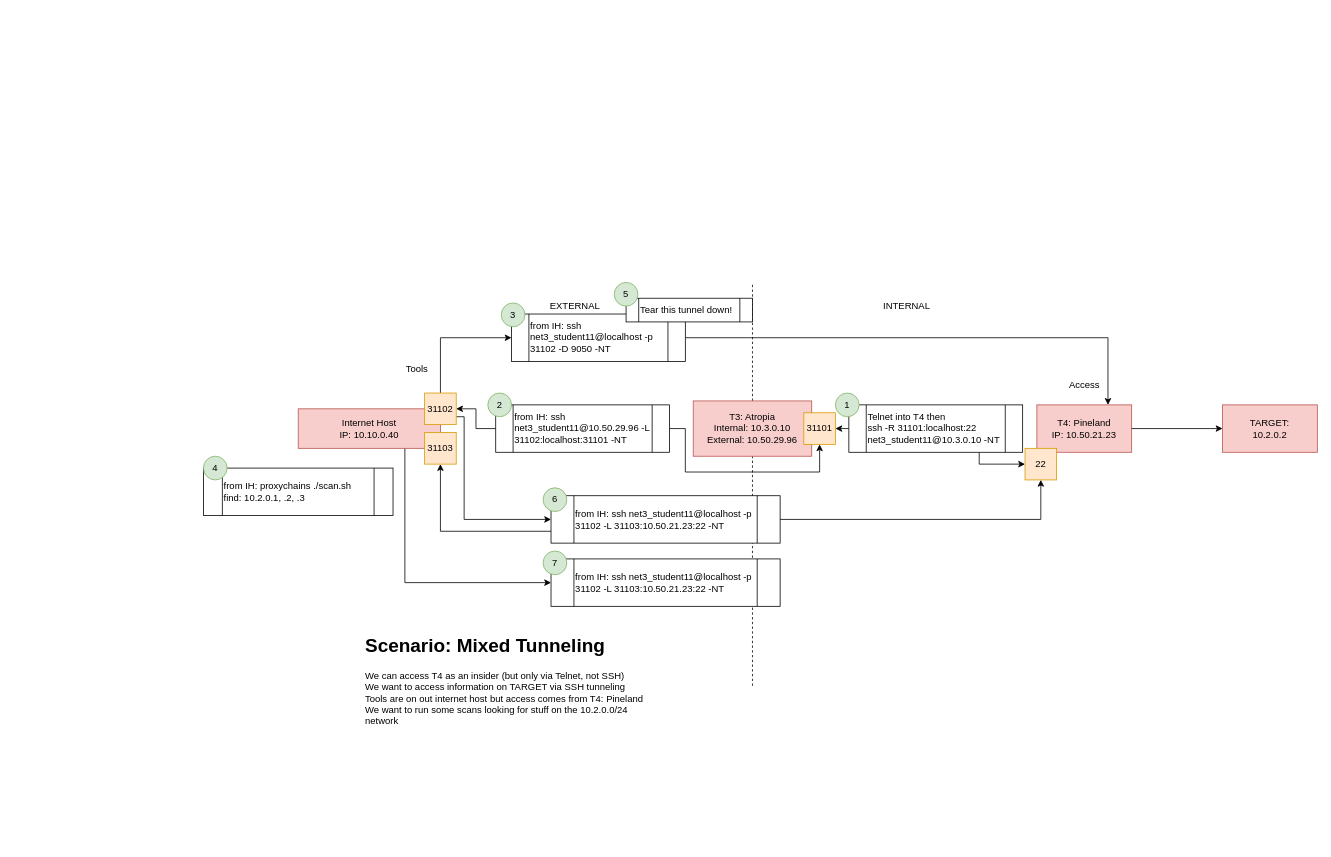
abfarr/cctc keeps this draw.io diagram as ctf/CTF_tunneling8.drawio. Above is the earlier version. Source tidied: cells renumbered, new cells numbered last; positions are measured from the earlier drawing's top-left corner, leaving out a move shared by most shapes. Both pictures are drawn from the tidied source at 79%, with x=0, y=0 at pixel (203, 282).
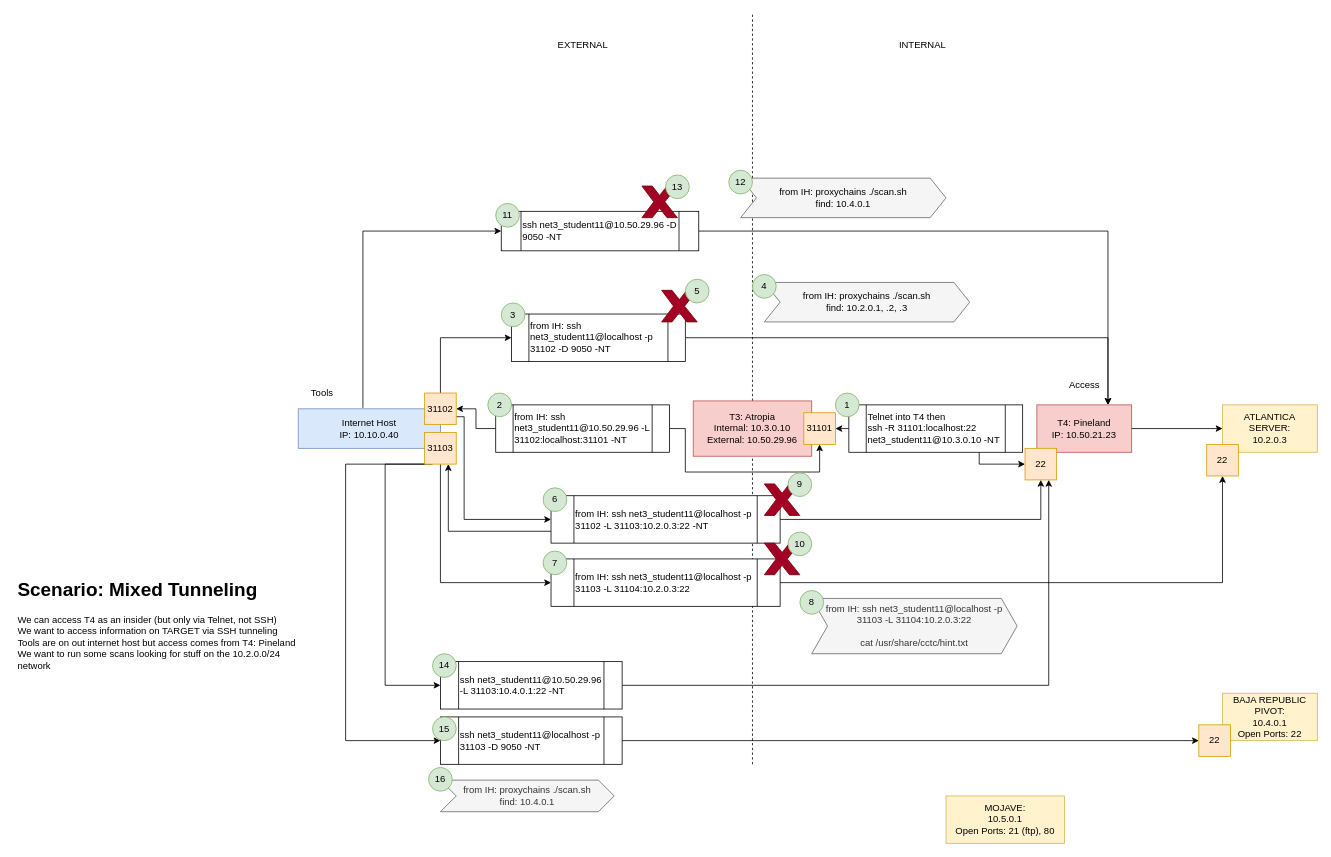
The same page after the edit.

The change refers to these unchanged cells:
```xml
<mxCell id="10" value="T4: Pineland&lt;br&gt;IP: 10.50.21.23" style="rounded=0;whiteSpace=wrap;html=1;fillColor=#f8cecc;strokeColor=#b85450;" parent="1" vertex="1">
  <mxGeometry x="1055" y="155" width="120" height="60" as="geometry" />
</mxCell>
<mxCell id="14" value="22" style="whiteSpace=wrap;html=1;fillColor=#ffe6cc;strokeColor=#d79b00;" parent="1" vertex="1">
  <mxGeometry x="1040" y="210" width="40" height="40" as="geometry" />
</mxCell>
<mxCell id="34" value="31103" style="whiteSpace=wrap;html=1;fillColor=#ffe6cc;strokeColor=#d79b00;" parent="1" vertex="1">
  <mxGeometry x="280" y="190" width="40" height="40" as="geometry" />
</mxCell>
<mxCell id="40" value="T3: Atropia&lt;br&gt;Internal: 10.3.0.10&lt;br&gt;External: 10.50.29.96" style="rounded=0;whiteSpace=wrap;html=1;fillColor=#f8cecc;strokeColor=#b85450;" parent="1" vertex="1">
  <mxGeometry x="620" y="150" width="150" height="70" as="geometry" />
</mxCell>
```

What changed in the source:
```diff
@@
     <mxCell id="2" style="endArrow=none;dashed=1;html=1;rounded=0;startArrow=none;" parent="1" edge="1" source="40">
       <mxGeometry relative="1" as="geometry">
-        <mxPoint x="695" as="targetPoint" />
+        <mxPoint x="695" y="-340" as="targetPoint" />
       </mxGeometry>
     </mxCell>
     <mxCell id="3" style="endArrow=none;dashed=1;html=1;rounded=0;" parent="1" edge="1" target="40">
       <mxGeometry relative="1" as="geometry">
-        <mxPoint x="695" y="510.6" as="sourcePoint" />
+        <mxPoint x="695" y="610" as="sourcePoint" />
       </mxGeometry>
     </mxCell>
@@
-    <mxCell id="5" style="edgeStyle=orthogonalEdgeStyle;rounded=0;jettySize=auto;html=1;exitX=0.75;exitY=1;exitDx=0;exitDy=0;entryX=0;entryY=0.5;entryDx=0;entryDy=0;" parent="1" edge="1" source="6" target="36">
+    <mxCell id="5" style="edgeStyle=orthogonalEdgeStyle;rounded=0;jettySize=auto;html=1;exitX=0.5;exitY=1;exitDx=0;exitDy=0;entryX=0;entryY=0.5;entryDx=0;entryDy=0;" parent="1" edge="1" source="34" target="36">
       <mxGeometry relative="1" as="geometry" />
     </mxCell>
+    <mxCell id="42" style="edgeStyle=orthogonalEdgeStyle;rounded=0;jettySize=auto;html=1;exitX=0.455;exitY=-0.024;exitDx=0;exitDy=0;entryX=0;entryY=0.5;entryDx=0;entryDy=0;exitPerimeter=0;" parent="1" edge="1" source="6" target="48">
+      <mxGeometry relative="1" as="geometry">
+        <Array as="points">
+          <mxPoint x="202" y="-65" />
+        </Array>
+      </mxGeometry>
+    </mxCell>
-    <mxCell id="6" value="Internet Host&lt;br&gt;IP: 10.10.0.40" style="rounded=0;whiteSpace=wrap;html=1;fillColor=#f8cecc;strokeColor=#b85450;" parent="1" vertex="1">
+    <mxCell id="6" value="Internet Host&lt;br&gt;IP: 10.10.0.40" style="rounded=0;whiteSpace=wrap;html=1;fillColor=#dae8fc;strokeColor=#6c8ebf;" parent="1" vertex="1">
       <mxGeometry x="120" y="160" width="180" height="50" as="geometry" />
     </mxCell>
     <mxCell id="7" value="Tools" style="text;html=1;align=center;verticalAlign=middle;strokeColor=none;fillColor=none;" parent="1" vertex="1">
-      <mxGeometry x="250" y="100" width="40" height="20" as="geometry" />
+      <mxGeometry x="130" y="130" width="40" height="20" as="geometry" />
     </mxCell>
     <mxCell id="8" value="EXTERNAL" style="text;html=1;align=center;verticalAlign=middle;strokeColor=none;fillColor=none;" parent="1" vertex="1">
-      <mxGeometry x="430" y="20" width="80" height="20" as="geometry" />
+      <mxGeometry x="440" y="-310" width="80" height="20" as="geometry" />
     </mxCell>
     <mxCell id="9" value="INTERNAL" style="text;html=1;align=center;verticalAlign=middle;strokeColor=none;fillColor=none;" parent="1" vertex="1">
-      <mxGeometry x="855" y="20" width="70" height="20" as="geometry" />
+      <mxGeometry x="875" y="-310" width="70" height="20" as="geometry" />
     </mxCell>
@@
-    <mxCell id="11" value="TARGET:&lt;br&gt;10.2.0.2" style="rounded=0;whiteSpace=wrap;html=1;fillColor=#f8cecc;strokeColor=#b85450;" parent="1" vertex="1">
+    <mxCell id="11" value="ATLANTICA SERVER:&lt;br&gt;10.2.0.3" style="rounded=0;whiteSpace=wrap;html=1;fillColor=#fff2cc;strokeColor=#d6b656;" parent="1" vertex="1">
       <mxGeometry x="1290" y="155" width="120" height="60" as="geometry" />
     </mxCell>
@@
     <mxCell id="23" value="&lt;h1&gt;Scenario: Mixed Tunneling&lt;/h1&gt;&lt;span&gt;We can access T4 as an insider (but only via Telnet, not SSH)&lt;/span&gt;&lt;br&gt;&lt;span&gt;We want to access information on TARGET via SSH tunneling&lt;/span&gt;&lt;br&gt;&lt;span&gt;Tools are on out internet host but access comes from T4: Pineland&lt;br&gt;We want to run some scans looking for stuff on the 10.2.0.0/24 network&lt;/span&gt;" style="text;html=1;strokeColor=none;fillColor=none;spacing=5;spacingTop=-20;whiteSpace=wrap;overflow=hidden;rounded=0;" parent="1" vertex="1">
-      <mxGeometry x="200" y="440" width="380" height="120" as="geometry" />
+      <mxGeometry x="-240" y="370" width="380" height="120" as="geometry" />
     </mxCell>
@@
-    <mxCell id="27" value="from IH: proxychains ./scan.sh&lt;br&gt;find: 10.2.0.1, .2, .3" style="shape=process;whiteSpace=wrap;html=1;backgroundOutline=1;align=left;" parent="1" vertex="1">
-      <mxGeometry y="235" width="240" height="60" as="geometry" />
-    </mxCell>
-    <mxCell id="28" value="4" style="ellipse;whiteSpace=wrap;html=1;fillColor=#d5e8d4;strokeColor=#82b366;" parent="1" vertex="1">
-      <mxGeometry y="220" width="30" height="30" as="geometry" />
-    </mxCell>
-    <mxCell id="29" value="Tear this tunnel down!" style="shape=process;whiteSpace=wrap;html=1;backgroundOutline=1;align=left;" parent="1" vertex="1">
-      <mxGeometry x="535" y="20" width="160" height="30" as="geometry" />
-    </mxCell>
-    <mxCell id="30" value="5" style="ellipse;whiteSpace=wrap;html=1;fillColor=#d5e8d4;strokeColor=#82b366;" parent="1" vertex="1">
-      <mxGeometry x="520" width="30" height="30" as="geometry" />
-    </mxCell>
@@
-    <mxCell id="32" style="edgeStyle=orthogonalEdgeStyle;rounded=0;jettySize=auto;html=1;exitX=0;exitY=0.75;exitDx=0;exitDy=0;entryX=0.5;entryY=1;entryDx=0;entryDy=0;" parent="1" edge="1" source="33" target="34">
+    <mxCell id="32" style="edgeStyle=orthogonalEdgeStyle;rounded=0;jettySize=auto;html=1;exitX=0;exitY=0.75;exitDx=0;exitDy=0;entryX=0.75;entryY=1;entryDx=0;entryDy=0;" parent="1" edge="1" source="33" target="34">
       <mxGeometry relative="1" as="geometry" />
     </mxCell>
-    <mxCell id="33" value="from IH:&amp;nbsp;ssh net3_student11@localhost -p 31102 -L 31103:10.50.21.23:22 -NT" style="shape=process;whiteSpace=wrap;html=1;backgroundOutline=1;align=left;" parent="1" vertex="1">
+    <mxCell id="33" value="from IH:&amp;nbsp;ssh net3_student11@localhost -p 31102 -L 31103:10.2.0.3:22 -NT" style="shape=process;whiteSpace=wrap;html=1;backgroundOutline=1;align=left;" parent="1" vertex="1">
       <mxGeometry x="440" y="270" width="290" height="60" as="geometry" />
     </mxCell>
+    <mxCell id="43" style="edgeStyle=orthogonalEdgeStyle;rounded=0;jettySize=auto;html=1;exitX=0.25;exitY=1;exitDx=0;exitDy=0;entryX=0;entryY=0.5;entryDx=0;entryDy=0;" parent="1" edge="1" source="34" target="59">
+      <mxGeometry relative="1" as="geometry">
+        <Array as="points">
+          <mxPoint x="230" y="230" />
+          <mxPoint x="230" y="510" />
+        </Array>
+      </mxGeometry>
+    </mxCell>
+    <mxCell id="44" style="edgeStyle=orthogonalEdgeStyle;rounded=0;jettySize=auto;html=1;exitX=0;exitY=1;exitDx=0;exitDy=0;entryX=0;entryY=0.5;entryDx=0;entryDy=0;" parent="1" edge="1" source="34" target="62">
+      <mxGeometry relative="1" as="geometry">
+        <Array as="points">
+          <mxPoint x="180" y="230" />
+          <mxPoint x="180" y="580" />
+        </Array>
+      </mxGeometry>
+    </mxCell>
@@
+    <mxCell id="45" style="edgeStyle=orthogonalEdgeStyle;rounded=0;jettySize=auto;html=1;exitX=1;exitY=0.5;exitDx=0;exitDy=0;entryX=0.5;entryY=1;entryDx=0;entryDy=0;" parent="1" edge="1" source="36" target="46">
+      <mxGeometry relative="1" as="geometry" />
+    </mxCell>
-    <mxCell id="36" value="from IH:&amp;nbsp;ssh net3_student11@localhost -p 31102 -L 31103:10.50.21.23:22 -NT" style="shape=process;whiteSpace=wrap;html=1;backgroundOutline=1;align=left;" parent="1" vertex="1">
+    <mxCell id="36" value="from IH:&amp;nbsp;ssh net3_student11@localhost -p 31103 -L 31104:10.2.0.3:22" style="shape=process;whiteSpace=wrap;html=1;backgroundOutline=1;align=left;" parent="1" vertex="1">
       <mxGeometry x="440" y="350" width="290" height="60" as="geometry" />
     </mxCell>
@@
+    <mxCell id="46" value="22" style="whiteSpace=wrap;html=1;fillColor=#ffe6cc;strokeColor=#d79b00;" parent="1" vertex="1">
+      <mxGeometry x="1270" y="205" width="40" height="40" as="geometry" />
+    </mxCell>
+    <mxCell id="47" style="edgeStyle=orthogonalEdgeStyle;rounded=0;jettySize=auto;html=1;exitX=1;exitY=0.5;exitDx=0;exitDy=0;entryX=0.75;entryY=0;entryDx=0;entryDy=0;" parent="1" edge="1" source="48" target="10">
+      <mxGeometry relative="1" as="geometry" />
+    </mxCell>
+    <mxCell id="48" value="ssh net3_student11@10.50.29.96 -D 9050 -NT" style="shape=process;whiteSpace=wrap;html=1;backgroundOutline=1;align=left;" parent="1" vertex="1">
+      <mxGeometry x="377" y="-90" width="250" height="50" as="geometry" />
+    </mxCell>
+    <mxCell id="49" style="verticalLabelPosition=bottom;verticalAlign=top;html=1;shape=mxgraph.basic.x;fillColor=#a20025;fontColor=#ffffff;strokeColor=#6F0000;" parent="1" vertex="1">
+      <mxGeometry x="580" y="10" width="45" height="40" as="geometry" />
+    </mxCell>
+    <mxCell id="30" value="5" style="ellipse;whiteSpace=wrap;html=1;fillColor=#d5e8d4;strokeColor=#82b366;" parent="1" vertex="1">
+      <mxGeometry x="610" y="-4" width="30" height="30" as="geometry" />
+    </mxCell>
+    <mxCell id="50" style="verticalLabelPosition=bottom;verticalAlign=top;html=1;shape=mxgraph.basic.x;fillColor=#a20025;fontColor=#ffffff;strokeColor=#6F0000;" parent="1" vertex="1">
+      <mxGeometry x="710" y="255" width="45" height="40" as="geometry" />
+    </mxCell>
+    <mxCell id="51" value="9" style="ellipse;whiteSpace=wrap;html=1;fillColor=#d5e8d4;strokeColor=#82b366;" parent="1" vertex="1">
+      <mxGeometry x="740" y="241" width="30" height="30" as="geometry" />
+    </mxCell>
+    <mxCell id="52" style="verticalLabelPosition=bottom;verticalAlign=top;html=1;shape=mxgraph.basic.x;fillColor=#a20025;fontColor=#ffffff;strokeColor=#6F0000;" parent="1" vertex="1">
+      <mxGeometry x="710" y="330" width="45" height="40" as="geometry" />
+    </mxCell>
+    <mxCell id="53" value="10" style="ellipse;whiteSpace=wrap;html=1;fillColor=#d5e8d4;strokeColor=#82b366;" parent="1" vertex="1">
+      <mxGeometry x="740" y="316" width="30" height="30" as="geometry" />
+    </mxCell>
+    <mxCell id="54" value="11" style="ellipse;whiteSpace=wrap;html=1;fillColor=#d5e8d4;strokeColor=#82b366;" parent="1" vertex="1">
+      <mxGeometry x="370" y="-100" width="30" height="30" as="geometry" />
+    </mxCell>
+    <mxCell id="55" value="BAJA REPUBLIC PIVOT:&lt;br&gt;10.4.0.1&lt;br&gt;Open Ports: 22" style="rounded=0;whiteSpace=wrap;html=1;fillColor=#fff2cc;strokeColor=#d6b656;" parent="1" vertex="1">
+      <mxGeometry x="1290" y="520" width="120" height="60" as="geometry" />
+    </mxCell>
+    <mxCell id="56" style="verticalLabelPosition=bottom;verticalAlign=top;html=1;shape=mxgraph.basic.x;fillColor=#a20025;fontColor=#ffffff;strokeColor=#6F0000;" parent="1" vertex="1">
+      <mxGeometry x="555" y="-122" width="45" height="40" as="geometry" />
+    </mxCell>
+    <mxCell id="57" value="13" style="ellipse;whiteSpace=wrap;html=1;fillColor=#d5e8d4;strokeColor=#82b366;" parent="1" vertex="1">
+      <mxGeometry x="585" y="-136" width="30" height="30" as="geometry" />
+    </mxCell>
+    <mxCell id="58" style="edgeStyle=orthogonalEdgeStyle;rounded=0;jettySize=auto;html=1;exitX=1;exitY=0.5;exitDx=0;exitDy=0;entryX=0.75;entryY=1;entryDx=0;entryDy=0;" parent="1" edge="1" source="59" target="14">
+      <mxGeometry relative="1" as="geometry" />
+    </mxCell>
+    <mxCell id="59" value="ssh net3_student11@10.50.29.96 -L 31103:10.4.0.1:22 -NT" style="shape=process;whiteSpace=wrap;html=1;backgroundOutline=1;align=left;" parent="1" vertex="1">
+      <mxGeometry x="300" y="480" width="230" height="60" as="geometry" />
+    </mxCell>
+    <mxCell id="60" value="14" style="ellipse;whiteSpace=wrap;html=1;fillColor=#d5e8d4;strokeColor=#82b366;" parent="1" vertex="1">
+      <mxGeometry x="290" y="470" width="30" height="30" as="geometry" />
+    </mxCell>
+    <mxCell id="61" style="edgeStyle=orthogonalEdgeStyle;rounded=0;jettySize=auto;html=1;exitX=1;exitY=0.5;exitDx=0;exitDy=0;entryX=0;entryY=0.5;entryDx=0;entryDy=0;" parent="1" edge="1" source="62" target="64">
+      <mxGeometry relative="1" as="geometry" />
+    </mxCell>
+    <mxCell id="62" value="ssh net3_student11@localhost -p 31103 -D 9050 -NT" style="shape=process;whiteSpace=wrap;html=1;backgroundOutline=1;align=left;" parent="1" vertex="1">
+      <mxGeometry x="300" y="550" width="230" height="60" as="geometry" />
+    </mxCell>
+    <mxCell id="63" value="15" style="ellipse;whiteSpace=wrap;html=1;fillColor=#d5e8d4;strokeColor=#82b366;" parent="1" vertex="1">
+      <mxGeometry x="290" y="550" width="30" height="30" as="geometry" />
+    </mxCell>
+    <mxCell id="64" value="22" style="whiteSpace=wrap;html=1;fillColor=#ffe6cc;strokeColor=#d79b00;" parent="1" vertex="1">
+      <mxGeometry x="1260" y="560" width="40" height="40" as="geometry" />
+    </mxCell>
+    <mxCell id="65" value="MOJAVE:&lt;br&gt;10.5.0.1&lt;br&gt;Open Ports: 21 (ftp), 80" style="rounded=0;whiteSpace=wrap;html=1;fillColor=#fff2cc;strokeColor=#d6b656;" parent="1" vertex="1">
+      <mxGeometry x="940" y="650" width="150" height="60" as="geometry" />
+    </mxCell>
+    <mxCell id="66" value="&lt;span style=&quot;&quot;&gt;from IH: proxychains ./scan.sh&lt;/span&gt;&lt;br style=&quot;&quot;&gt;&lt;span style=&quot;&quot;&gt;find: 10.4.0.1&lt;/span&gt;" style="shape=step;perimeter=stepPerimeter;whiteSpace=wrap;html=1;fixedSize=1;align=center;fillColor=#f5f5f5;fontColor=#333333;strokeColor=#666666;" parent="1" vertex="1">
+      <mxGeometry x="300" y="630" width="220" height="40" as="geometry" />
+    </mxCell>
+    <mxCell id="67" value="16" style="ellipse;whiteSpace=wrap;html=1;fillColor=#d5e8d4;strokeColor=#82b366;" parent="1" vertex="1">
+      <mxGeometry x="285" y="614" width="30" height="30" as="geometry" />
+    </mxCell>
+    <mxCell id="68" value="&lt;div style=&quot;&quot;&gt;from IH: ssh net3_student11@localhost -p 31103 -L 31104:10.2.0.3:22&lt;/div&gt;&lt;div style=&quot;&quot;&gt;&lt;br&gt;&lt;/div&gt;&lt;div style=&quot;&quot;&gt;cat /usr/share/cctc/hint.txt&lt;/div&gt;" style="shape=step;perimeter=stepPerimeter;whiteSpace=wrap;html=1;fixedSize=1;align=center;fillColor=#f5f5f5;fontColor=#333333;strokeColor=#666666;" parent="1" vertex="1">
+      <mxGeometry x="770" y="400" width="260" height="70" as="geometry" />
+    </mxCell>
+    <mxCell id="69" value="8" style="ellipse;whiteSpace=wrap;html=1;fillColor=#d5e8d4;strokeColor=#82b366;" parent="1" vertex="1">
+      <mxGeometry x="755" y="390" width="30" height="30" as="geometry" />
+    </mxCell>
+    <mxCell id="27" value="&lt;span style=&quot;color: rgb(0 , 0 , 0) ; text-align: left&quot;&gt;from IH: proxychains ./scan.sh&lt;/span&gt;&lt;br style=&quot;color: rgb(0 , 0 , 0) ; text-align: left&quot;&gt;&lt;span style=&quot;color: rgb(0 , 0 , 0) ; text-align: left&quot;&gt;find: 10.2.0.1, .2, .3&lt;/span&gt;" style="shape=step;perimeter=stepPerimeter;whiteSpace=wrap;html=1;fixedSize=1;align=center;fillColor=#f5f5f5;fontColor=#333333;strokeColor=#666666;" parent="1" vertex="1">
+      <mxGeometry x="710" width="260" height="50" as="geometry" />
+    </mxCell>
+    <mxCell id="28" value="4" style="ellipse;whiteSpace=wrap;html=1;fillColor=#d5e8d4;strokeColor=#82b366;" parent="1" vertex="1">
+      <mxGeometry x="695" y="-10" width="30" height="30" as="geometry" />
+    </mxCell>
+    <mxCell id="70" value="&lt;span style=&quot;color: rgb(0 , 0 , 0) ; text-align: left&quot;&gt;from IH: proxychains ./scan.sh&lt;/span&gt;&lt;br style=&quot;color: rgb(0 , 0 , 0) ; text-align: left&quot;&gt;&lt;span style=&quot;color: rgb(0 , 0 , 0) ; text-align: left&quot;&gt;find: 10.4.0.1&lt;/span&gt;" style="shape=step;perimeter=stepPerimeter;whiteSpace=wrap;html=1;fixedSize=1;align=center;fillColor=#f5f5f5;fontColor=#333333;strokeColor=#666666;" parent="1" vertex="1">
+      <mxGeometry x="680" y="-132" width="260" height="50" as="geometry" />
+    </mxCell>
+    <mxCell id="71" value="12" style="ellipse;whiteSpace=wrap;html=1;fillColor=#d5e8d4;strokeColor=#82b366;" parent="1" vertex="1">
+      <mxGeometry x="665" y="-142" width="30" height="30" as="geometry" />
+    </mxCell>
```
